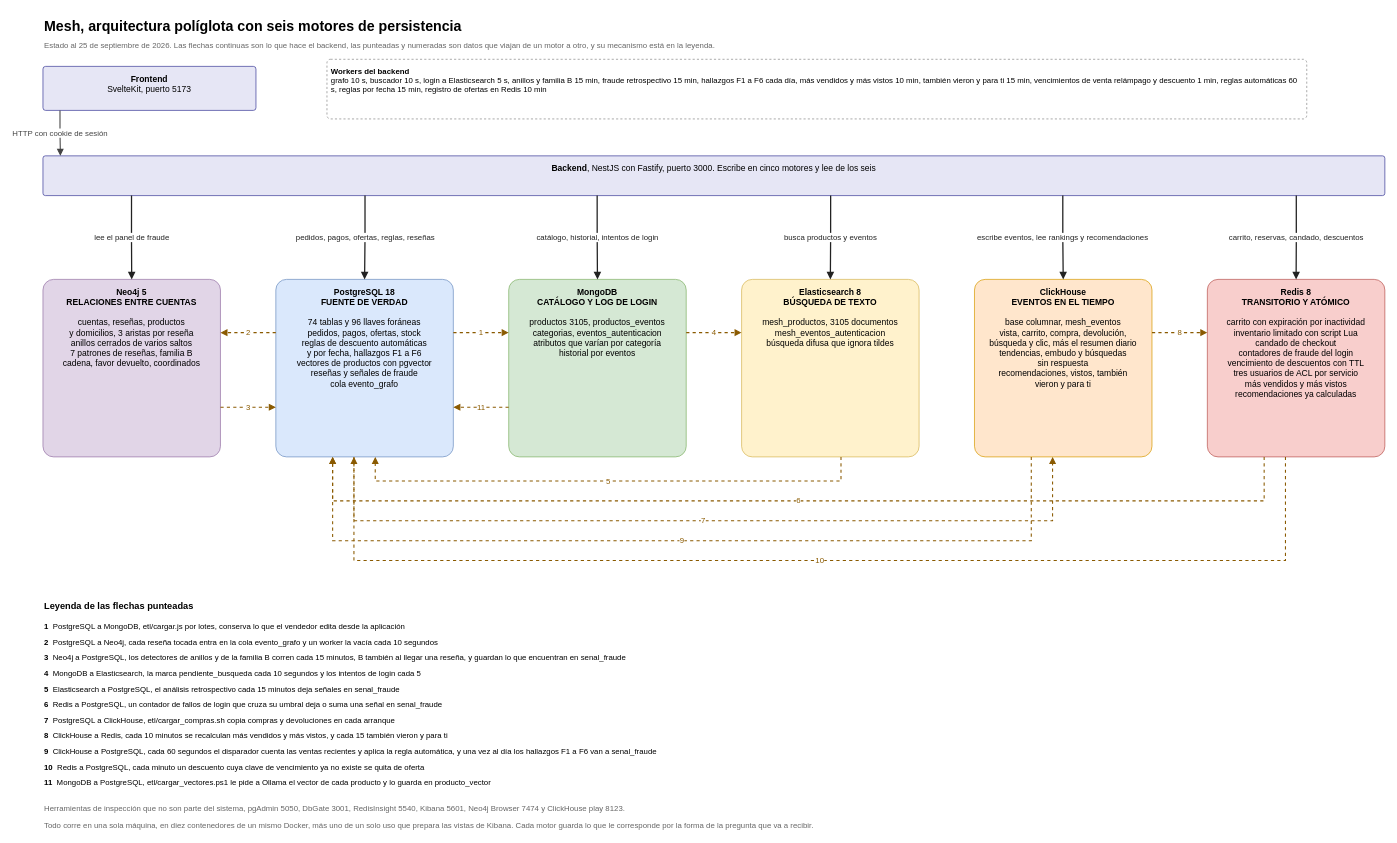
Earlier version of the draw.io diagram docs/diagrama-arquitectura.drawio (pinedahuella/Proyecto-Tienda-Base-Datos-2). Source tidied: cells renumbered, new cells numbered last; positions are measured from the earlier drawing's top-left corner, leaving out a move shared by most shapes. Both pictures are drawn from the tidied source at 71%, with x=0, y=0 at pixel (43, 12).
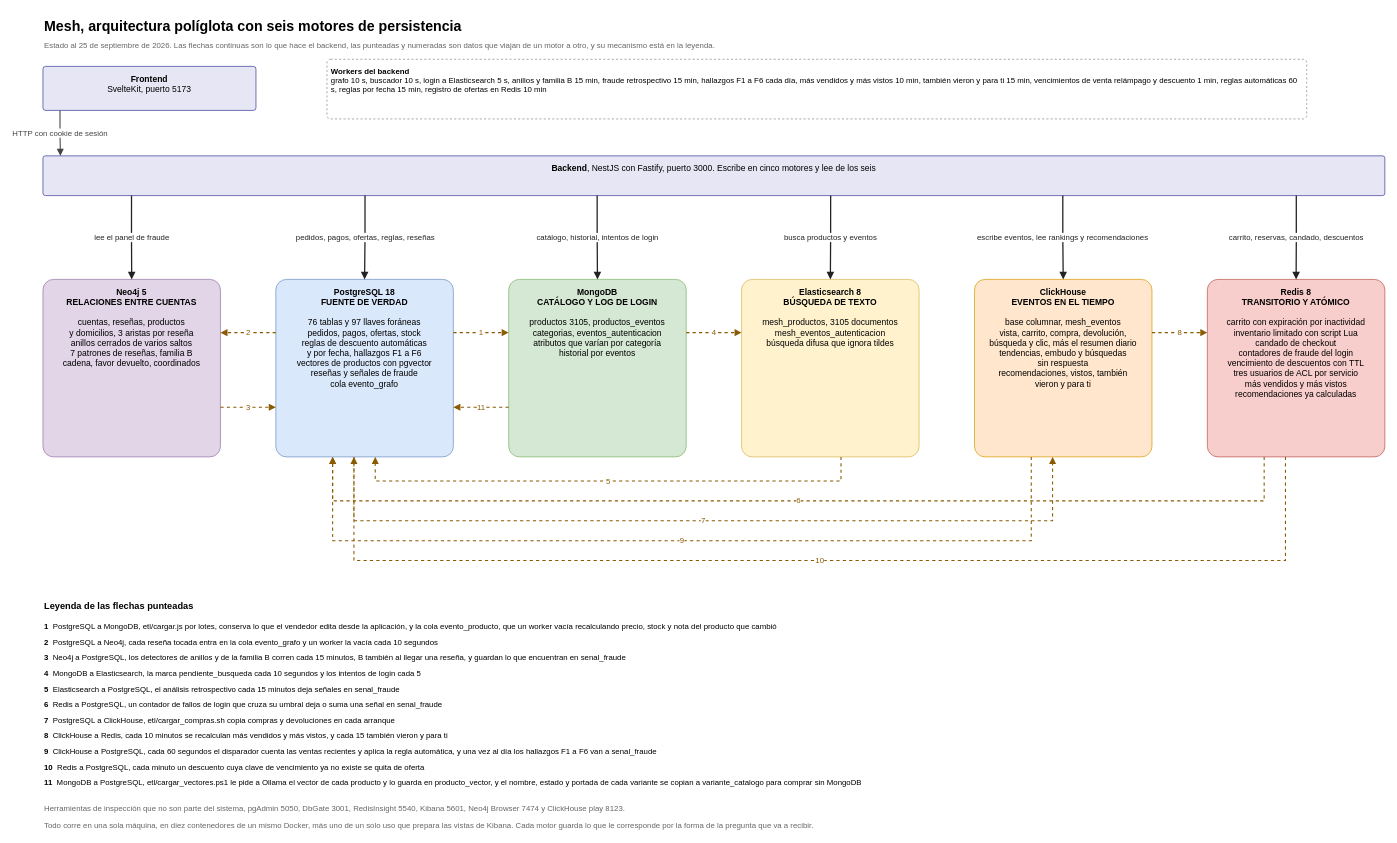
The same diagram, later.

Change to the diagram source:
```diff
@@
-    <mxCell id="10" value="&lt;b&gt;PostgreSQL 18&lt;/b&gt;&lt;br&gt;&lt;b&gt;FUENTE DE VERDAD&lt;/b&gt;&lt;br&gt;&lt;br&gt;74 tablas y 96 llaves foráneas&lt;br&gt;pedidos, pagos, ofertas, stock&lt;br&gt;reglas de descuento automáticas&lt;br&gt;y por fecha, hallazgos F1 a F6&lt;br&gt;vectores de productos con pgvector&lt;br&gt;reseñas y señales de fraude&lt;br&gt;cola evento_grafo" style="rounded=1;arcSize=6;whiteSpace=wrap;html=1;fillColor=#DAE8FC;strokeColor=#6C8EBF;fontSize=12;align=center;verticalAlign=top;spacing=6;" parent="1" vertex="1">
+    <mxCell id="10" value="&lt;b&gt;PostgreSQL 18&lt;/b&gt;&lt;br&gt;&lt;b&gt;FUENTE DE VERDAD&lt;/b&gt;&lt;br&gt;&lt;br&gt;76 tablas y 97 llaves foráneas&lt;br&gt;pedidos, pagos, ofertas, stock&lt;br&gt;reglas de descuento automáticas&lt;br&gt;y por fecha, hallazgos F1 a F6&lt;br&gt;vectores de productos con pgvector&lt;br&gt;reseñas y señales de fraude&lt;br&gt;cola evento_grafo" style="rounded=1;arcSize=6;whiteSpace=wrap;html=1;fillColor=#DAE8FC;strokeColor=#6C8EBF;fontSize=12;align=center;verticalAlign=top;spacing=6;" parent="1" vertex="1">
       <mxGeometry x="328" y="376" width="250" height="250" as="geometry" />
     </mxCell>
@@
-    <mxCell id="32" value="&lt;b&gt;1&lt;/b&gt;&amp;nbsp;&amp;nbsp;PostgreSQL a MongoDB, etl/cargar.js por lotes, conserva lo que el vendedor edita desde la aplicación" style="text;html=1;strokeColor=none;fillColor=none;align=left;verticalAlign=top;whiteSpace=wrap;fontSize=11;" parent="1" vertex="1">
+    <mxCell id="32" value="&lt;b&gt;1&lt;/b&gt;&amp;nbsp;&amp;nbsp;PostgreSQL a MongoDB, etl/cargar.js por lotes, conserva lo que el vendedor edita desde la aplicación, y la cola evento_producto, que un worker vacía recalculando precio, stock y nota del producto que cambió" style="text;html=1;strokeColor=none;fillColor=none;align=left;verticalAlign=top;whiteSpace=wrap;fontSize=11;" parent="1" vertex="1">
       <mxGeometry y="852" width="1800" height="22" as="geometry" />
     </mxCell>
@@
-    <mxCell id="42" value="&lt;b&gt;11&lt;/b&gt;&amp;nbsp;&amp;nbsp;MongoDB a PostgreSQL, etl/cargar_vectores.ps1 le pide a Ollama el vector de cada producto y lo guarda en producto_vector" style="text;html=1;strokeColor=none;fillColor=none;align=left;verticalAlign=top;whiteSpace=wrap;fontSize=11;" parent="1" vertex="1">
+    <mxCell id="42" value="&lt;b&gt;11&lt;/b&gt;&amp;nbsp;&amp;nbsp;MongoDB a PostgreSQL, etl/cargar_vectores.ps1 le pide a Ollama el vector de cada producto y lo guarda en producto_vector, y el nombre, estado y portada de cada variante se copian a variante_catalogo para comprar sin MongoDB" style="text;html=1;strokeColor=none;fillColor=none;align=left;verticalAlign=top;whiteSpace=wrap;fontSize=11;" parent="1" vertex="1">
       <mxGeometry y="1072" width="1800" height="22" as="geometry" />
     </mxCell>
```
